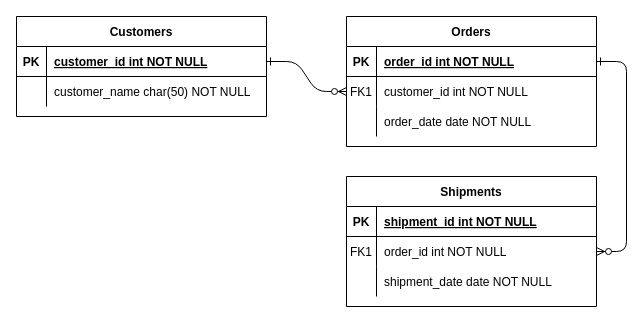
subinoh90/1st-project keeps this draw.io diagram as DBass5.drawio. Above is the earlier version. Source tidied: cells renumbered, new cells numbered last; positions are measured from the earlier drawing's top-left corner, leaving out a move shared by most shapes. Both pictures are drawn from the tidied source at 100%, with x=0, y=0 at pixel (16, 16).
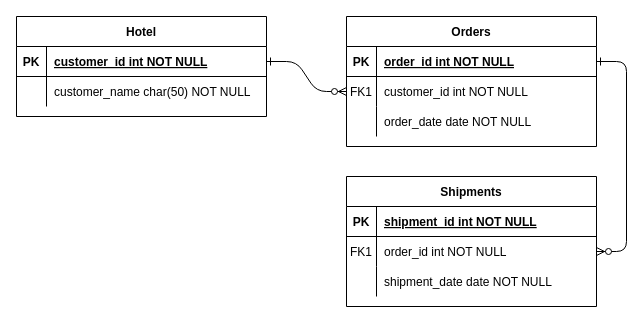
Above is the later version.

The edit, as a diff of the source:
```diff
@@
-    <mxCell id="24" value="Customers" style="shape=table;startSize=30;childLayout=tableLayout;rowLines=0;fontStyle=1;align=center;" parent="1" vertex="1">
+    <mxCell id="24" value="Hotel" style="shape=table;startSize=30;childLayout=tableLayout;rowLines=0;fontStyle=1;align=center;" parent="1" vertex="1">
       <mxGeometry width="250" height="100" as="geometry" />
     </mxCell>
```
